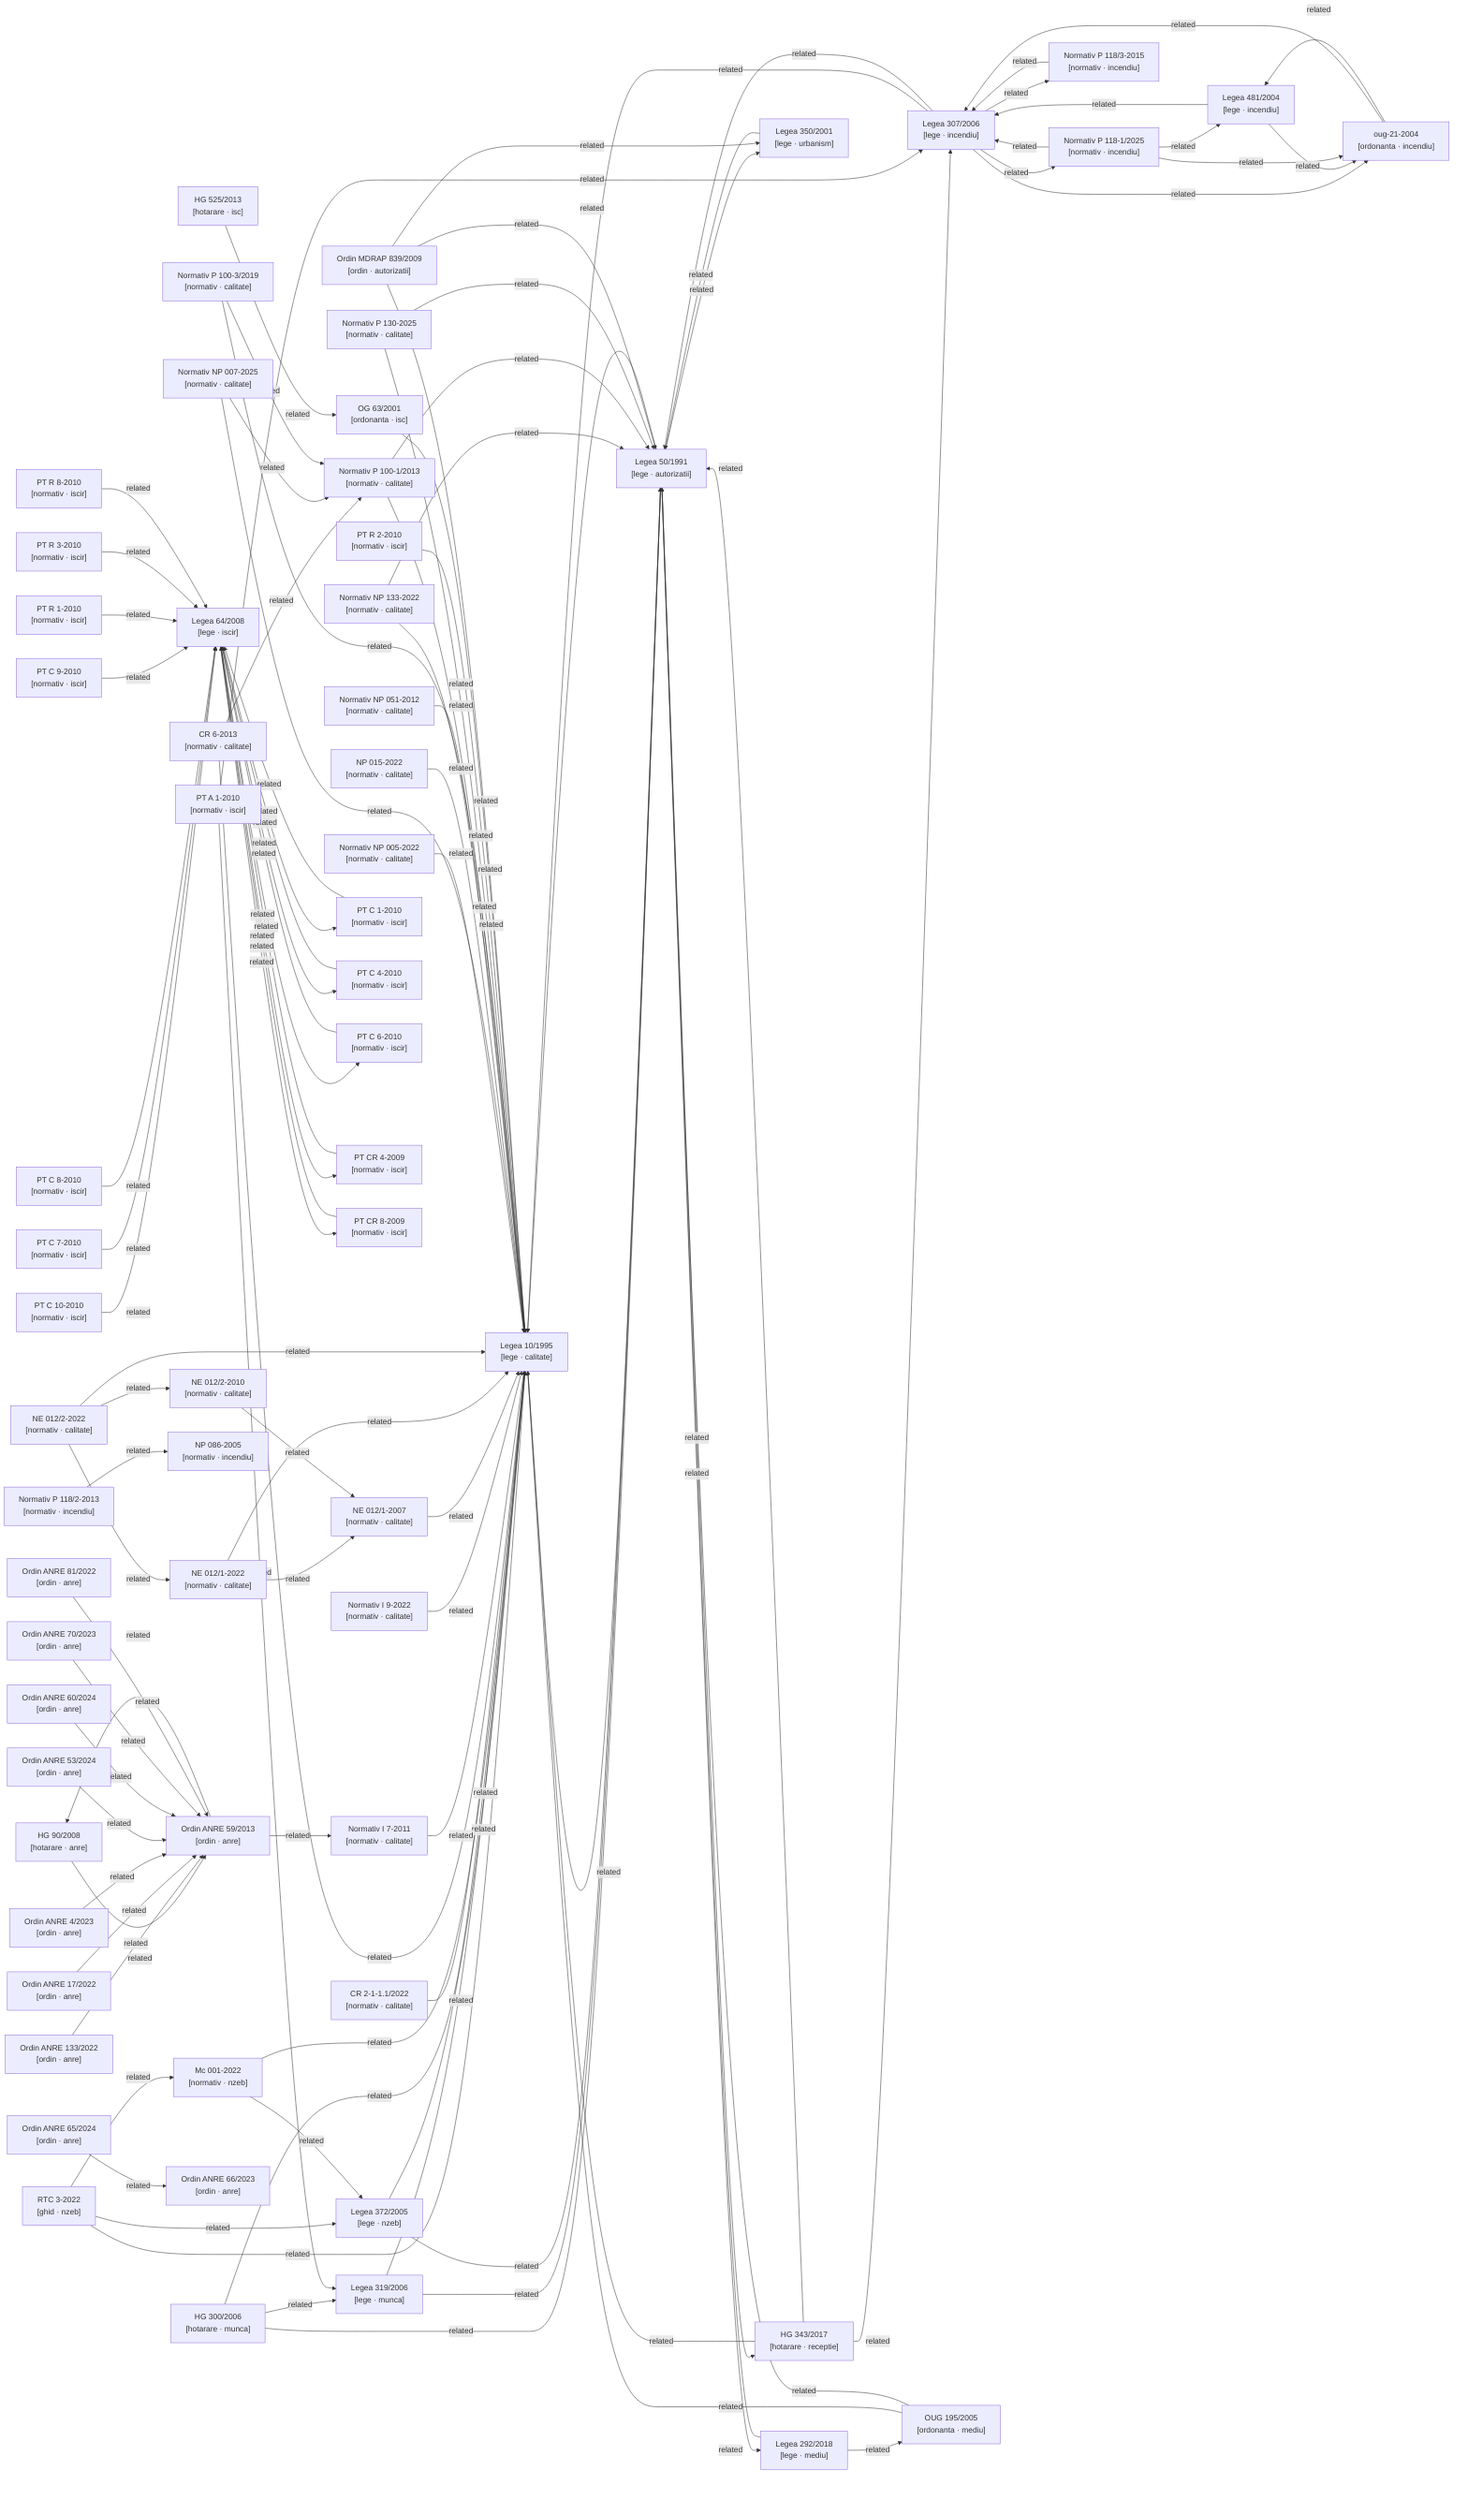
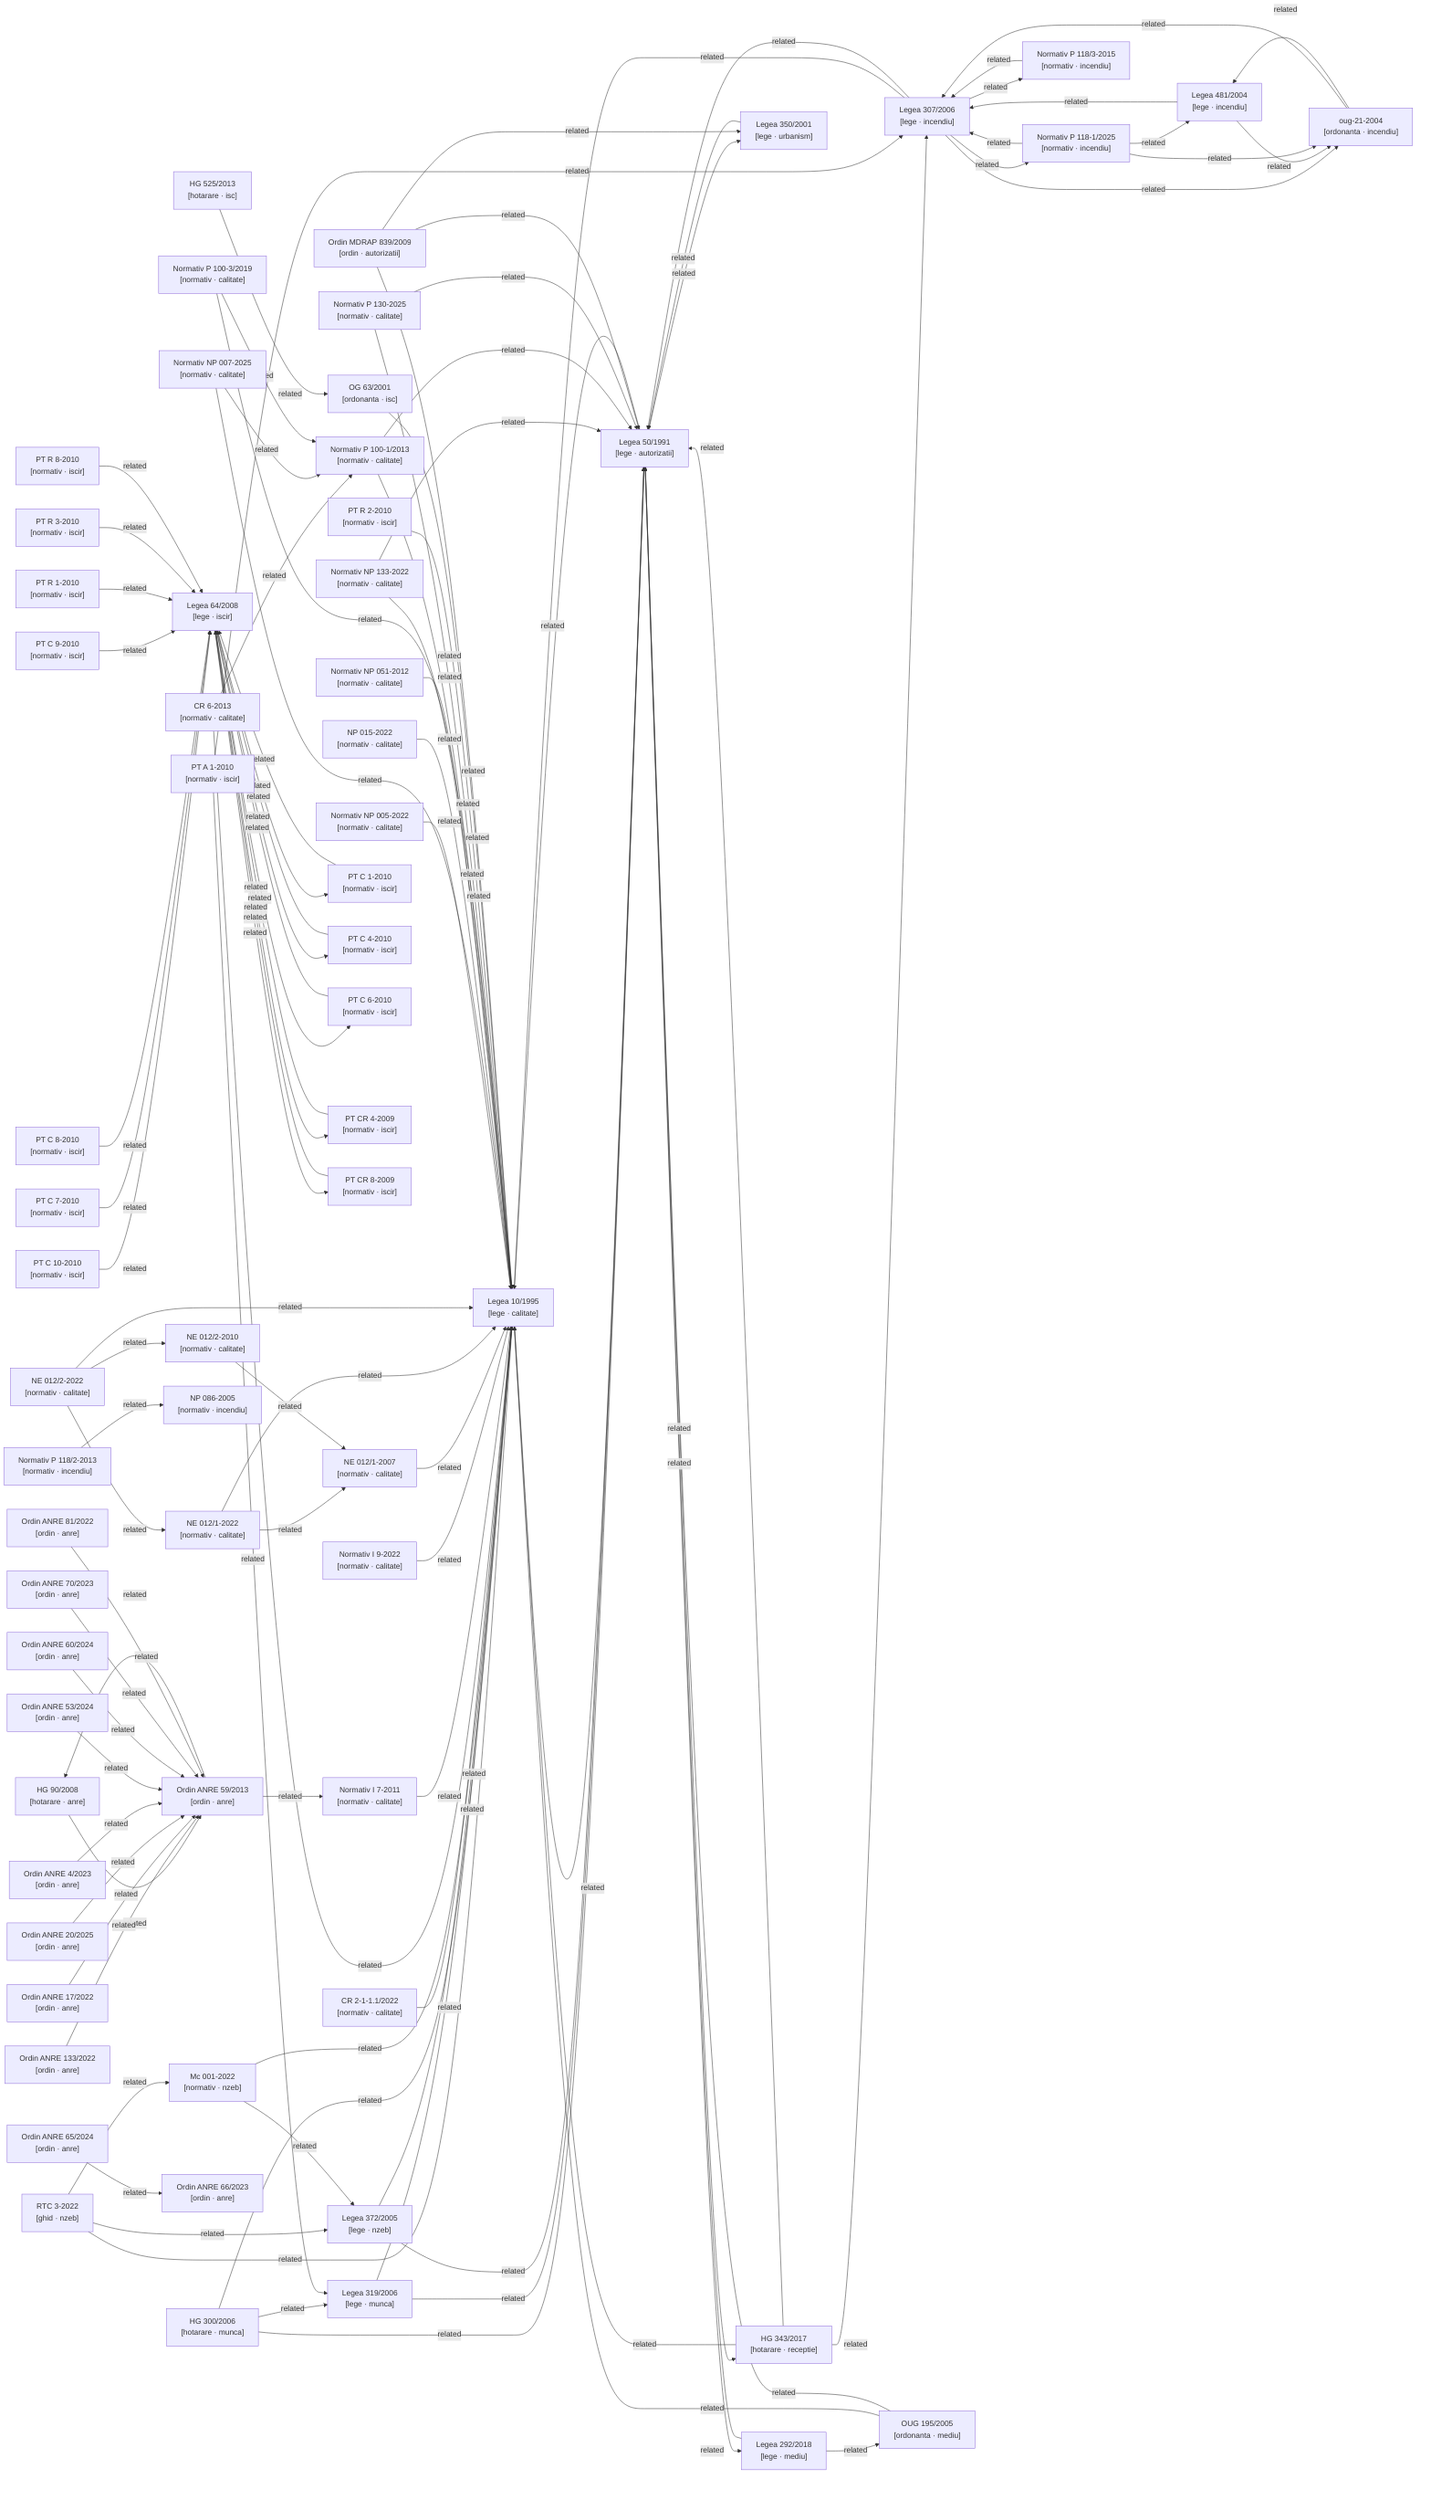
graph LR

  %% Nodes
  ghid-rtc3-2022["RTC 3-2022\n[ghid · nzeb]"]
  hg-300-2006["HG 300/2006\n[hotarare · munca]"]
  hg-343-2017["HG 343/2017\n[hotarare · receptie]"]
  hg-525-2013["HG 525/2013\n[hotarare · isc]"]
  hg-90-2008["HG 90/2008\n[hotarare · anre]"]
  lege-10-1995["Legea 10/1995\n[lege · calitate]"]
  lege-292-2018["Legea 292/2018\n[lege · mediu]"]
  lege-307-2006["Legea 307/2006\n[lege · incendiu]"]
  lege-319-2006["Legea 319/2006\n[lege · munca]"]
  lege-350-2001["Legea 350/2001\n[lege · urbanism]"]
  lege-372-2005["Legea 372/2005\n[lege · nzeb]"]
  lege-481-2004["Legea 481/2004\n[lege · incendiu]"]
  lege-50-1991["Legea 50/1991\n[lege · autorizatii]"]
  lege-64-2008["Legea 64/2008\n[lege · iscir]"]
  metodologie-mc001-2022["Mc 001-2022\n[normativ · nzeb]"]
  normativ-cr2-1-1-1-2022["CR 2-1-1.1/2022\n[normativ · calitate]"]
  normativ-cr6-2013["CR 6-2013\n[normativ · calitate]"]
  normativ-i7-2011["Normativ I 7-2011\n[normativ · calitate]"]
  normativ-i9-2022["Normativ I 9-2022\n[normativ · calitate]"]
  normativ-ne012-1-2007["NE 012/1-2007\n[normativ · calitate]"]
  normativ-ne012-1-2022["NE 012/1-2022\n[normativ · calitate]"]
  normativ-ne012-2-2010["NE 012/2-2010\n[normativ · calitate]"]
  normativ-ne012-2-2022["NE 012/2-2022\n[normativ · calitate]"]
  normativ-np005-2022["Normativ NP 005-2022\n[normativ · calitate]"]
  normativ-np007-2025["Normativ NP 007-2025\n[normativ · calitate]"]
  normativ-np015-2022["NP 015-2022\n[normativ · calitate]"]
  normativ-np051-2012["Normativ NP 051-2012\n[normativ · calitate]"]
  normativ-np086-2005["NP 086-2005\n[normativ · incendiu]"]
  normativ-np133-2022["Normativ NP 133-2022\n[normativ · calitate]"]
  normativ-p100-1-2013["Normativ P 100-1/2013\n[normativ · calitate]"]
  normativ-p100-3-2019["Normativ P 100-3/2019\n[normativ · calitate]"]
  normativ-p118-1-2025["Normativ P 118-1/2025\n[normativ · incendiu]"]
  normativ-p118-2-2013["Normativ P 118/2-2013\n[normativ · incendiu]"]
  normativ-p118-3-2015["Normativ P 118/3-2015\n[normativ · incendiu]"]
  normativ-p130-2025["Normativ P 130-2025\n[normativ · calitate]"]
  normativ-pt-a1-2010["PT A 1-2010\n[normativ · iscir]"]
  normativ-pt-c1-2010["PT C 1-2010\n[normativ · iscir]"]
  normativ-pt-c10-2010["PT C 10-2010\n[normativ · iscir]"]
  normativ-pt-c4-2010["PT C 4-2010\n[normativ · iscir]"]
  normativ-pt-c6-2010["PT C 6-2010\n[normativ · iscir]"]
  normativ-pt-c7-2010["PT C 7-2010\n[normativ · iscir]"]
  normativ-pt-c8-2010["PT C 8-2010\n[normativ · iscir]"]
  normativ-pt-c9-2010["PT C 9-2010\n[normativ · iscir]"]
  normativ-pt-cr4-2009["PT CR 4-2009\n[normativ · iscir]"]
  normativ-pt-cr8-2009["PT CR 8-2009\n[normativ · iscir]"]
  normativ-pt-r1-2010["PT R 1-2010\n[normativ · iscir]"]
  normativ-pt-r2-2010["PT R 2-2010\n[normativ · iscir]"]
  normativ-pt-r3-2010["PT R 3-2010\n[normativ · iscir]"]
  normativ-pt-r8-2010["PT R 8-2010\n[normativ · iscir]"]
  og-63-2001["OG 63/2001\n[ordonanta · isc]"]
  ordin-839-2009["Ordin MDRAP 839/2009\n[ordin · autorizatii]"]
  ordin-anre-133-2022["Ordin ANRE 133/2022\n[ordin · anre]"]
  ordin-anre-17-2022["Ordin ANRE 17/2022\n[ordin · anre]"]
+   ordin-anre-20-2025["Ordin ANRE 20/2025\n[ordin · anre]"]
  ordin-anre-4-2023["Ordin ANRE 4/2023\n[ordin · anre]"]
  ordin-anre-53-2024["Ordin ANRE 53/2024\n[ordin · anre]"]
  ordin-anre-59-2013["Ordin ANRE 59/2013\n[ordin · anre]"]
  ordin-anre-60-2024["Ordin ANRE 60/2024\n[ordin · anre]"]
  ordin-anre-65-2024["Ordin ANRE 65/2024\n[ordin · anre]"]
  ordin-anre-66-2023["Ordin ANRE 66/2023\n[ordin · anre]"]
  ordin-anre-70-2023["Ordin ANRE 70/2023\n[ordin · anre]"]
  ordin-anre-81-2022["Ordin ANRE 81/2022\n[ordin · anre]"]
  oug-195-2005["OUG 195/2005\n[ordonanta · mediu]"]
  oug-21-2004["oug-21-2004\n[ordonanta · incendiu]"]

  %% Confirmed relationships (from metadata related_acts)
  ghid-rtc3-2022 -->|related| lege-10-1995
  ghid-rtc3-2022 -->|related| lege-372-2005
  ghid-rtc3-2022 -->|related| metodologie-mc001-2022
  hg-300-2006 -->|related| lege-10-1995
  hg-300-2006 -->|related| lege-319-2006
  hg-300-2006 -->|related| lege-50-1991
  hg-343-2017 -->|related| lege-10-1995
  hg-343-2017 -->|related| lege-307-2006
  hg-343-2017 -->|related| lege-50-1991
  hg-525-2013 -->|related| og-63-2001
  hg-90-2008 -->|related| ordin-anre-59-2013
  lege-10-1995 -->|related| lege-50-1991
  lege-292-2018 -->|related| lege-50-1991
  lege-292-2018 -->|related| oug-195-2005
  lege-307-2006 -->|related| lege-10-1995
  lege-307-2006 -->|related| lege-50-1991
  lege-307-2006 -->|related| normativ-p118-1-2025
  lege-307-2006 -->|related| normativ-p118-3-2015
  lege-307-2006 -->|related| oug-21-2004
  lege-319-2006 -->|related| lege-10-1995
  lege-319-2006 -->|related| lege-50-1991
  lege-350-2001 -->|related| lege-50-1991
  lege-372-2005 -->|related| lege-10-1995
  lege-372-2005 -->|related| lege-50-1991
  lege-481-2004 -->|related| lege-307-2006
  lege-481-2004 -->|related| oug-21-2004
  lege-50-1991 -->|related| hg-343-2017
  lege-50-1991 -->|related| lege-10-1995
  lege-50-1991 -->|related| lege-292-2018
  lege-50-1991 -->|related| lege-350-2001
  lege-64-2008 -->|related| normativ-pt-c1-2010
  lege-64-2008 -->|related| normativ-pt-c4-2010
  lege-64-2008 -->|related| normativ-pt-c6-2010
  lege-64-2008 -->|related| normativ-pt-cr4-2009
  lege-64-2008 -->|related| normativ-pt-cr8-2009
  metodologie-mc001-2022 -->|related| lege-10-1995
  metodologie-mc001-2022 -->|related| lege-372-2005
  normativ-cr2-1-1-1-2022 -->|related| lege-10-1995
  normativ-cr6-2013 -->|related| lege-10-1995
  normativ-cr6-2013 -->|related| normativ-p100-1-2013
  normativ-i7-2011 -->|related| lege-10-1995
  normativ-i9-2022 -->|related| lege-10-1995
  normativ-ne012-1-2007 -->|related| lege-10-1995
  normativ-ne012-1-2022 -->|related| lege-10-1995
  normativ-ne012-1-2022 -->|related| normativ-ne012-1-2007
  normativ-ne012-2-2010 -->|related| normativ-ne012-1-2007
  normativ-ne012-2-2022 -->|related| lege-10-1995
  normativ-ne012-2-2022 -->|related| normativ-ne012-1-2022
  normativ-ne012-2-2022 -->|related| normativ-ne012-2-2010
  normativ-np005-2022 -->|related| lege-10-1995
  normativ-np007-2025 -->|related| lege-10-1995
  normativ-np007-2025 -->|related| normativ-p100-1-2013
  normativ-np015-2022 -->|related| lege-10-1995
  normativ-np051-2012 -->|related| lege-10-1995
  normativ-np133-2022 -->|related| lege-10-1995
  normativ-np133-2022 -->|related| lege-50-1991
  normativ-p100-1-2013 -->|related| lege-10-1995
  normativ-p100-1-2013 -->|related| lege-50-1991
  normativ-p100-3-2019 -->|related| lege-10-1995
  normativ-p100-3-2019 -->|related| normativ-p100-1-2013
  normativ-p118-1-2025 -->|related| lege-307-2006
  normativ-p118-1-2025 -->|related| lege-481-2004
  normativ-p118-1-2025 -->|related| oug-21-2004
  normativ-p118-2-2013 -->|related| normativ-np086-2005
  normativ-p118-3-2015 -->|related| lege-307-2006
  normativ-p130-2025 -->|related| lege-10-1995
  normativ-p130-2025 -->|related| lege-50-1991
  normativ-pt-a1-2010 -->|related| lege-307-2006
  normativ-pt-a1-2010 -->|related| lege-319-2006
  normativ-pt-c1-2010 -->|related| lege-64-2008
  normativ-pt-c10-2010 -->|related| lege-64-2008
  normativ-pt-c4-2010 -->|related| lege-64-2008
  normativ-pt-c6-2010 -->|related| lege-64-2008
  normativ-pt-c7-2010 -->|related| lege-64-2008
  normativ-pt-c8-2010 -->|related| lege-64-2008
  normativ-pt-c9-2010 -->|related| lege-64-2008
  normativ-pt-cr4-2009 -->|related| lege-64-2008
  normativ-pt-cr8-2009 -->|related| lege-64-2008
  normativ-pt-r1-2010 -->|related| lege-64-2008
  normativ-pt-r2-2010 -->|related| lege-10-1995
  normativ-pt-r3-2010 -->|related| lege-64-2008
  normativ-pt-r8-2010 -->|related| lege-64-2008
  og-63-2001 -->|related| lege-10-1995
  ordin-839-2009 -->|related| lege-10-1995
  ordin-839-2009 -->|related| lege-350-2001
  ordin-839-2009 -->|related| lege-50-1991
  ordin-anre-133-2022 -->|related| ordin-anre-59-2013
  ordin-anre-17-2022 -->|related| ordin-anre-59-2013
+   ordin-anre-20-2025 -->|related| ordin-anre-59-2013
  ordin-anre-4-2023 -->|related| ordin-anre-59-2013
  ordin-anre-53-2024 -->|related| ordin-anre-59-2013
  ordin-anre-59-2013 -->|related| hg-90-2008
  ordin-anre-59-2013 -->|related| normativ-i7-2011
  ordin-anre-60-2024 -->|related| ordin-anre-59-2013
  ordin-anre-65-2024 -->|related| ordin-anre-66-2023
  ordin-anre-70-2023 -->|related| ordin-anre-59-2013
  ordin-anre-81-2022 -->|related| ordin-anre-59-2013
  oug-195-2005 -->|related| lege-10-1995
  oug-195-2005 -->|related| lege-50-1991
  oug-21-2004 -->|related| lege-307-2006
  oug-21-2004 -->|related| lege-481-2004

  %% Auto-detected relationships (needs_review)
